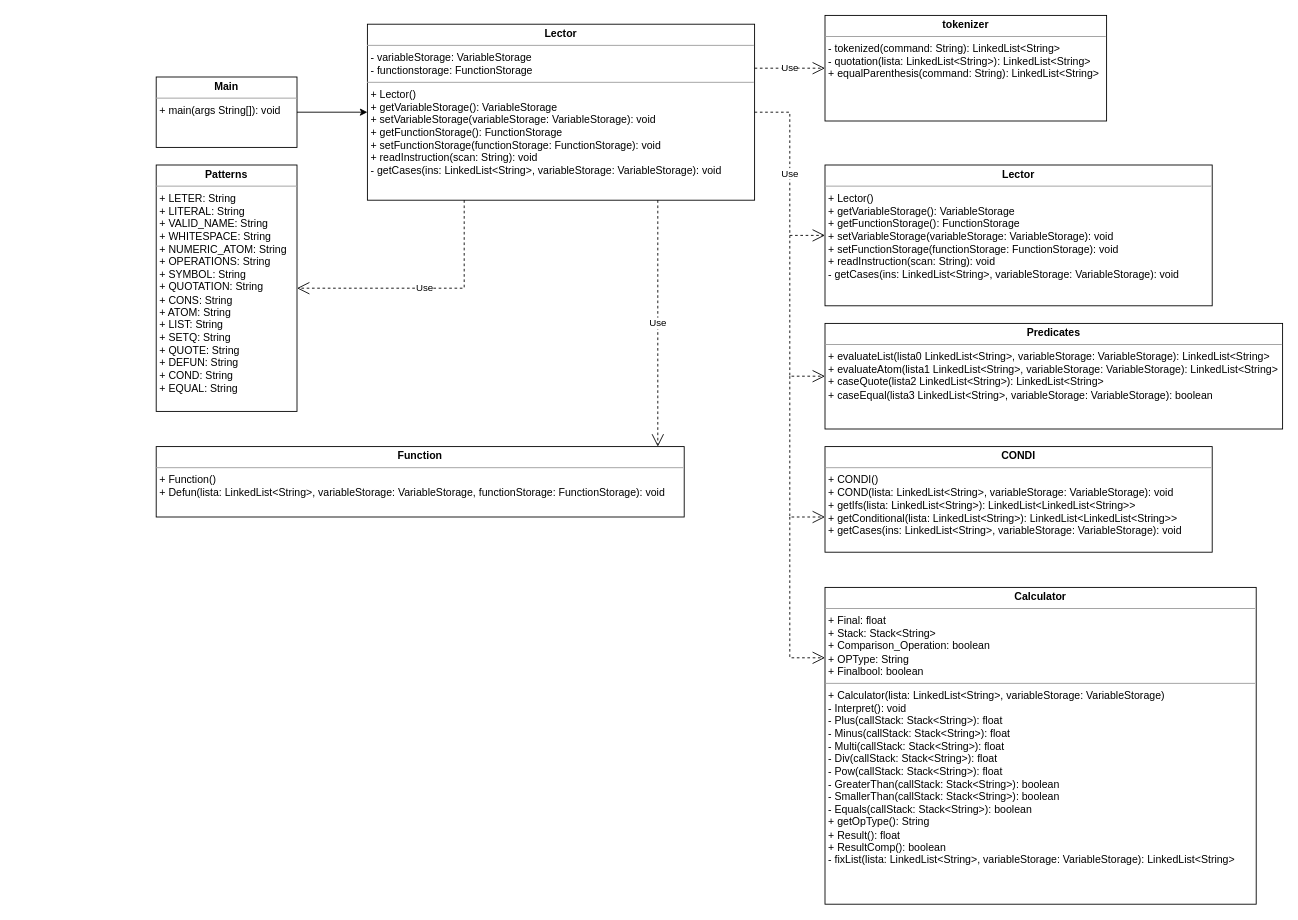
Before: Proyecto1/Fases/Fase2/Class Diagram.drawio in DiggsPapu/Proyect1_Lisp_Interpreter, a draw.io diagram. Source tidied: cells renumbered, new cells numbered last; positions are measured from the earlier drawing's top-left corner, leaving out a move shared by most shapes. Both pictures are drawn from the tidied source at 88%, with x=0, y=0 at pixel (156, 15).
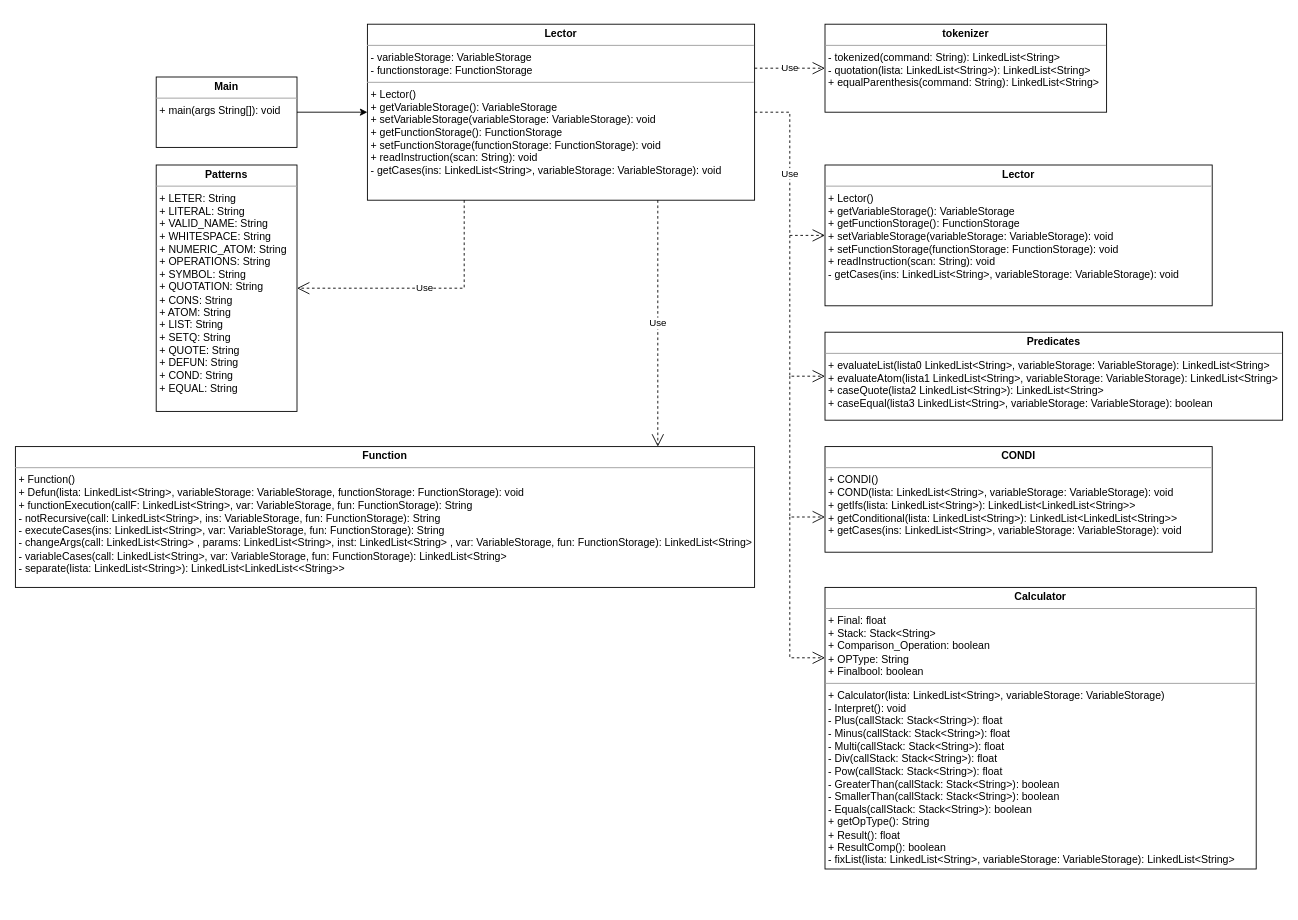
The same diagram, later.

What changed in the source:
```diff
@@
     <mxCell id="3" value="&lt;p style=&quot;margin: 0px ; margin-top: 4px ; text-align: center&quot;&gt;&lt;b&gt;tokenizer&lt;/b&gt;&lt;/p&gt;&lt;hr size=&quot;1&quot;&gt;&lt;p style=&quot;margin: 0px ; margin-left: 4px&quot;&gt;- tokenized(command: String): LinkedList&amp;lt;String&amp;gt;&lt;br&gt;&lt;/p&gt;&lt;p style=&quot;margin: 0px ; margin-left: 4px&quot;&gt;- quotation(lista: LinkedList&amp;lt;String&amp;gt;): LinkedList&amp;lt;String&amp;gt;&lt;/p&gt;&lt;p style=&quot;margin: 0px ; margin-left: 4px&quot;&gt;+ equalParenthesis(command: String): LinkedList&amp;lt;String&amp;gt;&lt;/p&gt;" style="verticalAlign=top;align=left;overflow=fill;fontSize=12;fontFamily=Helvetica;html=1;" parent="1" vertex="1">
-      <mxGeometry x="760" width="320" height="120" as="geometry" />
+      <mxGeometry x="760" y="10" width="320" height="100" as="geometry" />
     </mxCell>
@@
-    <mxCell id="7" value="&lt;p style=&quot;margin: 0px ; margin-top: 4px ; text-align: center&quot;&gt;&lt;b&gt;Function&lt;/b&gt;&lt;/p&gt;&lt;hr size=&quot;1&quot;&gt;&lt;p style=&quot;margin: 0px ; margin-left: 4px&quot;&gt;+ Function()&lt;/p&gt;&lt;p style=&quot;margin: 0px ; margin-left: 4px&quot;&gt;+ Defun(lista: LinkedList&amp;lt;String&amp;gt;, variableStorage: VariableStorage, functionStorage: FunctionStorage): void&lt;/p&gt;" style="verticalAlign=top;align=left;overflow=fill;fontSize=12;fontFamily=Helvetica;html=1;" parent="1" vertex="1">
-      <mxGeometry y="490" width="600" height="80" as="geometry" />
+    <mxCell id="7" value="&lt;p style=&quot;margin: 0px ; margin-top: 4px ; text-align: center&quot;&gt;&lt;b&gt;Function&lt;/b&gt;&lt;/p&gt;&lt;hr size=&quot;1&quot;&gt;&lt;p style=&quot;margin: 0px ; margin-left: 4px&quot;&gt;+ Function()&lt;/p&gt;&lt;p style=&quot;margin: 0px ; margin-left: 4px&quot;&gt;+ Defun(lista: LinkedList&amp;lt;String&amp;gt;, variableStorage: VariableStorage, functionStorage: FunctionStorage): void&lt;/p&gt;&lt;p style=&quot;margin: 0px ; margin-left: 4px&quot;&gt;+ functionExecution(callF: LinkedList&amp;lt;String&amp;gt;, var: VariableStorage, fun: FunctionStorage): String&lt;br&gt;&lt;/p&gt;&lt;p style=&quot;margin: 0px ; margin-left: 4px&quot;&gt;- notRecursive(call: LinkedList&amp;lt;String&amp;gt;, ins: VariableStorage, fun: FunctionStorage): String&lt;br&gt;&lt;/p&gt;&lt;p style=&quot;margin: 0px ; margin-left: 4px&quot;&gt;- executeCases(ins: LinkedList&amp;lt;String&amp;gt;, var: VariableStorage, fun: FunctionStorage): String&lt;br&gt;&lt;/p&gt;&lt;p style=&quot;margin: 0px ; margin-left: 4px&quot;&gt;- changeArgs(call: LinkedList&amp;lt;String&amp;gt; , params: LinkedList&amp;lt;String&amp;gt;, inst: LinkedList&amp;lt;String&amp;gt; , var: VariableStorage, fun: FunctionStorage): LinkedList&amp;lt;String&amp;gt;&lt;/p&gt;&lt;p style=&quot;margin: 0px ; margin-left: 4px&quot;&gt;- variableCases(call: LinkedList&amp;lt;String&amp;gt;, var: VariableStorage, fun: FunctionStorage): LinkedList&amp;lt;String&amp;gt;&lt;br&gt;&lt;/p&gt;&lt;p style=&quot;margin: 0px ; margin-left: 4px&quot;&gt;- separate(lista: LinkedList&amp;lt;String&amp;gt;): LinkedList&amp;lt;LinkedList&amp;lt;&amp;lt;String&amp;gt;&amp;gt;&lt;br&gt;&lt;/p&gt;&lt;p style=&quot;margin: 0px ; margin-left: 4px&quot;&gt;&lt;br&gt;&lt;/p&gt;" style="verticalAlign=top;align=left;overflow=fill;fontSize=12;fontFamily=Helvetica;html=1;" parent="1" vertex="1">
+      <mxGeometry x="-160" y="490" width="840" height="160" as="geometry" />
     </mxCell>
@@
     <mxCell id="9" value="&lt;p style=&quot;margin: 0px ; margin-top: 4px ; text-align: center&quot;&gt;&lt;b&gt;Calculator&lt;/b&gt;&lt;/p&gt;&lt;hr size=&quot;1&quot;&gt;&lt;p style=&quot;margin: 0px ; margin-left: 4px&quot;&gt;+ Final: float&lt;/p&gt;&lt;p style=&quot;margin: 0px ; margin-left: 4px&quot;&gt;+ Stack: Stack&amp;lt;String&amp;gt;&lt;/p&gt;&lt;p style=&quot;margin: 0px ; margin-left: 4px&quot;&gt;+ Comparison_Operation: boolean&lt;/p&gt;&lt;p style=&quot;margin: 0px ; margin-left: 4px&quot;&gt;+ OPType: String&lt;/p&gt;&lt;p style=&quot;margin: 0px ; margin-left: 4px&quot;&gt;+ Finalbool: boolean&lt;/p&gt;&lt;hr size=&quot;1&quot;&gt;&lt;p style=&quot;margin: 0px ; margin-left: 4px&quot;&gt;+ Calculator(lista: LinkedList&amp;lt;String&amp;gt;, variableStorage: VariableStorage)&lt;/p&gt;&lt;p style=&quot;margin: 0px ; margin-left: 4px&quot;&gt;- Interpret(): void&lt;/p&gt;&lt;p style=&quot;margin: 0px ; margin-left: 4px&quot;&gt;- Plus(callStack: Stack&amp;lt;String&amp;gt;): float&lt;/p&gt;&lt;p style=&quot;margin: 0px ; margin-left: 4px&quot;&gt;- Minus(callStack: Stack&amp;lt;String&amp;gt;): float&lt;br&gt;&lt;/p&gt;&lt;p style=&quot;margin: 0px ; margin-left: 4px&quot;&gt;- Multi(callStack: Stack&amp;lt;String&amp;gt;): float&lt;br&gt;&lt;/p&gt;&lt;p style=&quot;margin: 0px ; margin-left: 4px&quot;&gt;- Div(callStack: Stack&amp;lt;String&amp;gt;): float&lt;br&gt;&lt;/p&gt;&lt;p style=&quot;margin: 0px ; margin-left: 4px&quot;&gt;- Pow(callStack: Stack&amp;lt;String&amp;gt;): float&lt;br&gt;&lt;/p&gt;&lt;p style=&quot;margin: 0px ; margin-left: 4px&quot;&gt;- GreaterThan(callStack: Stack&amp;lt;String&amp;gt;): boolean&lt;br&gt;&lt;/p&gt;&lt;p style=&quot;margin: 0px ; margin-left: 4px&quot;&gt;- SmallerThan(callStack: Stack&amp;lt;String&amp;gt;): boolean&lt;br&gt;&lt;/p&gt;&lt;p style=&quot;margin: 0px ; margin-left: 4px&quot;&gt;- Equals(callStack: Stack&amp;lt;String&amp;gt;): boolean&lt;br&gt;&lt;/p&gt;&lt;p style=&quot;margin: 0px ; margin-left: 4px&quot;&gt;+ getOpType(): String&lt;/p&gt;&lt;p style=&quot;margin: 0px ; margin-left: 4px&quot;&gt;+ Result(): float&lt;/p&gt;&lt;p style=&quot;margin: 0px ; margin-left: 4px&quot;&gt;+ ResultComp(): boolean&lt;/p&gt;&lt;p style=&quot;margin: 0px ; margin-left: 4px&quot;&gt;- fixList(lista: LinkedList&amp;lt;String&amp;gt;, variableStorage: VariableStorage): LinkedList&amp;lt;String&amp;gt;&lt;/p&gt;" style="verticalAlign=top;align=left;overflow=fill;fontSize=12;fontFamily=Helvetica;html=1;" parent="1" vertex="1">
-      <mxGeometry x="760" y="650" width="490" height="360" as="geometry" />
+      <mxGeometry x="760" y="650" width="490" height="320" as="geometry" />
     </mxCell>
     <mxCell id="10" value="&lt;p style=&quot;margin: 0px ; margin-top: 4px ; text-align: center&quot;&gt;&lt;b&gt;Predicates&lt;/b&gt;&lt;/p&gt;&lt;hr size=&quot;1&quot;&gt;&lt;p style=&quot;margin: 0px ; margin-left: 4px&quot;&gt;+ evaluateList(lista0 LinkedList&amp;lt;String&amp;gt;, variableStorage: VariableStorage): LinkedList&amp;lt;String&amp;gt;&lt;/p&gt;&lt;p style=&quot;margin: 0px ; margin-left: 4px&quot;&gt;+ evaluateAtom(lista1 LinkedList&amp;lt;String&amp;gt;, variableStorage: VariableStorage): LinkedList&amp;lt;String&amp;gt;&lt;br&gt;&lt;/p&gt;&lt;p style=&quot;margin: 0px ; margin-left: 4px&quot;&gt;+ caseQuote(lista2 LinkedList&amp;lt;String&amp;gt;): LinkedList&amp;lt;String&amp;gt;&lt;br&gt;&lt;/p&gt;&lt;p style=&quot;margin: 0px ; margin-left: 4px&quot;&gt;+ caseEqual(lista3 LinkedList&amp;lt;String&amp;gt;, variableStorage: VariableStorage): boolean&lt;br&gt;&lt;/p&gt;&lt;p style=&quot;margin: 0px ; margin-left: 4px&quot;&gt;&lt;br&gt;&lt;/p&gt;" style="verticalAlign=top;align=left;overflow=fill;fontSize=12;fontFamily=Helvetica;html=1;" parent="1" vertex="1">
-      <mxGeometry x="760" y="350" width="520" height="120" as="geometry" />
+      <mxGeometry x="760" y="360" width="520" height="100" as="geometry" />
     </mxCell>
```
